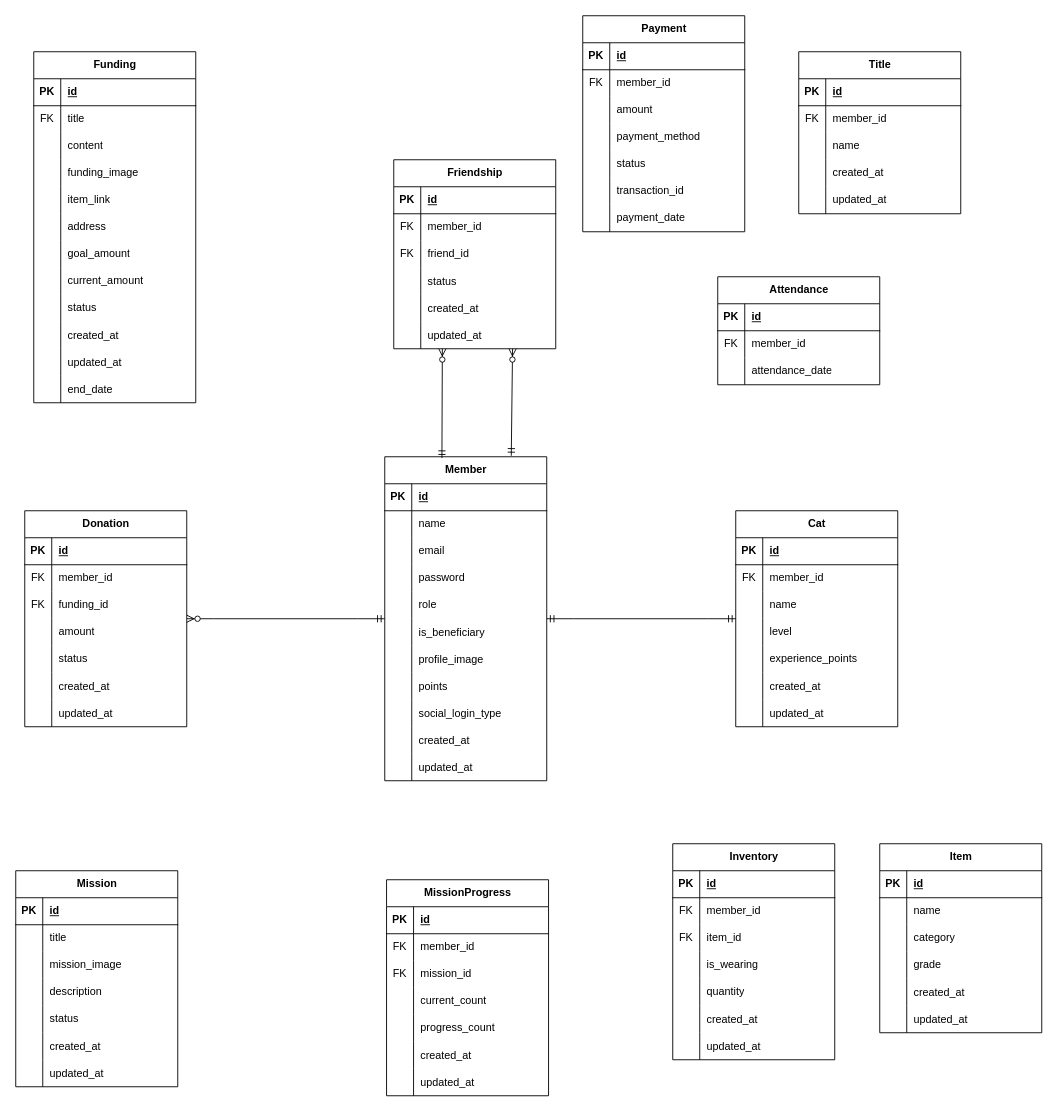
The draw.io diagram ChaeumERD.drawio in 2025-Advanced-Capstone-Chaeum/ERD, before the edit. Source tidied: cells renumbered, new cells numbered last; positions are measured from the earlier drawing's top-left corner, leaving out a move shared by most shapes. Both pictures are drawn from the tidied source at 90%, with x=0, y=0 at pixel (15, 15).
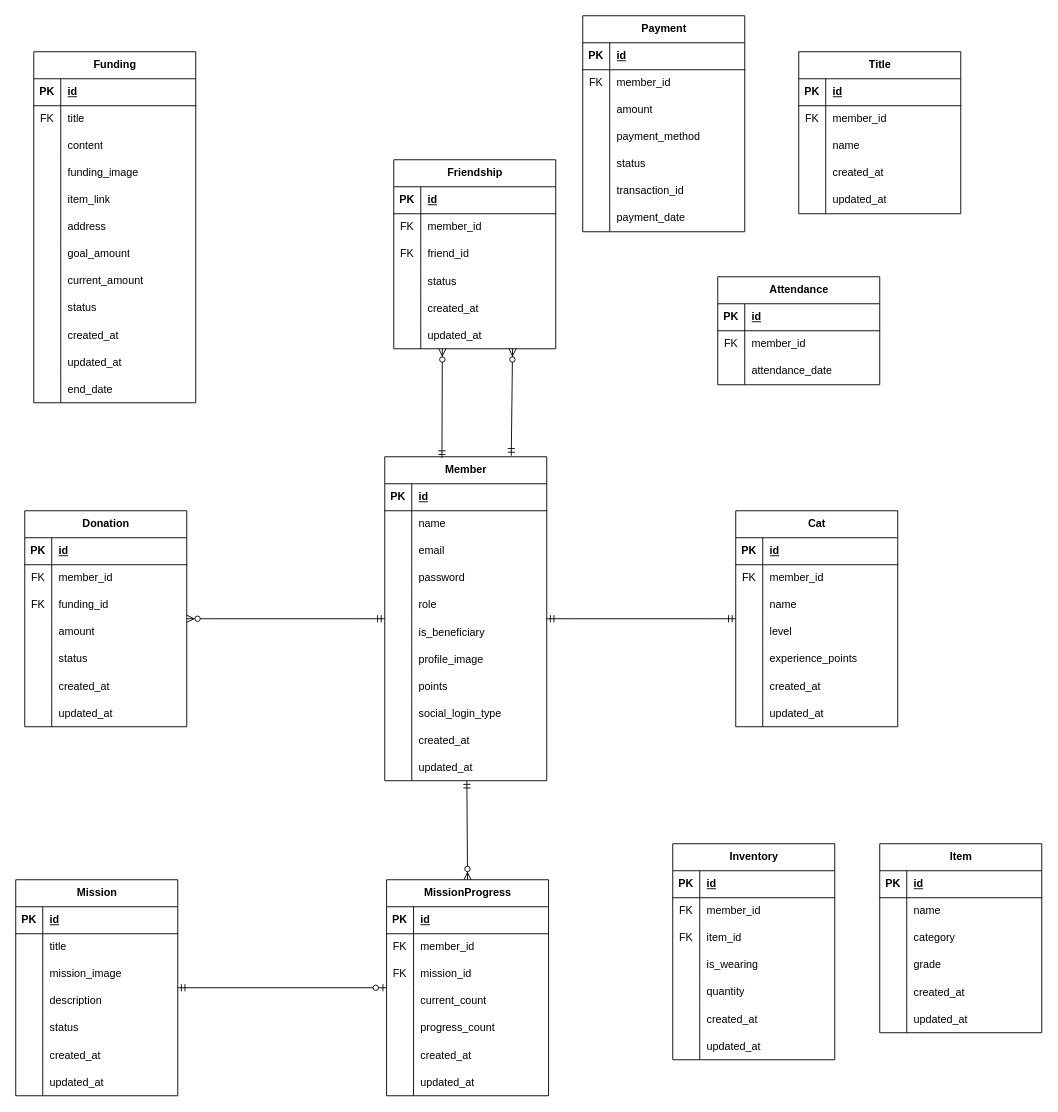
Above is the later version.

Commit message:
docs(ERD): Mission 테이블 연관관계 정리

Unchanged cells that the change refers to:
```xml
<mxCell id="2" value="Member" style="shape=table;startSize=30;childLayout=tableLayout;rowLines=0;fontStyle=1;align=center;html=1;" parent="1" vertex="1">
  <mxGeometry x="410" y="490" width="180" height="360" as="geometry" />
</mxCell>
<mxCell id="147" value="MissionProgress" style="shape=table;startSize=30;childLayout=tableLayout;rowLines=0;fontStyle=1;align=center;html=1;" parent="1" vertex="1">
  <mxGeometry x="412" y="960" width="180" height="240" as="geometry" />
</mxCell>
```

Change to the diagram source:
```diff
@@
     <mxCell id="103" value="Mission" style="shape=table;startSize=30;childLayout=tableLayout;rowLines=0;fontStyle=1;align=center;html=1;" parent="1" vertex="1">
-      <mxGeometry y="950" width="180" height="240" as="geometry" />
+      <mxGeometry y="960" width="180" height="240" as="geometry" />
     </mxCell>
@@
+    <mxCell id="274" style="fontSize=12;html=1;endArrow=ERzeroToMany;startArrow=ERmandOne;rounded=0;entryX=0.5;entryY=0;entryDx=0;entryDy=0;" parent="1" edge="1" source="2" target="147">
+      <mxGeometry relative="1" as="geometry" />
+    </mxCell>
+    <mxCell id="275" style="fontSize=12;html=1;endArrow=ERzeroToOne;startArrow=ERmandOne;rounded=0;" parent="1" edge="1" source="103" target="147">
+      <mxGeometry relative="1" as="geometry" />
+    </mxCell>
```
